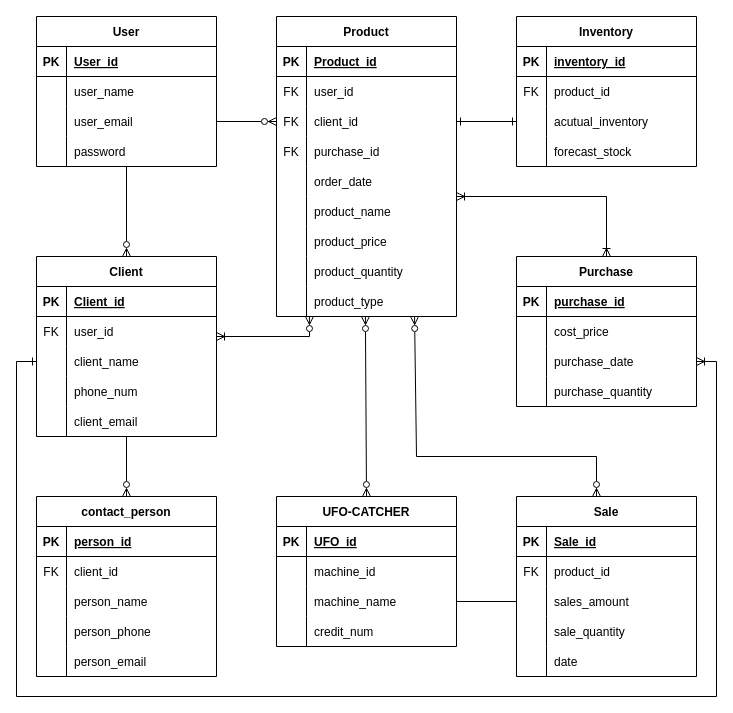
Above: ER.dio in junya-yachi/portfolio_01 (draw.io), before the change. Source tidied: cells renumbered, new cells numbered last; positions are measured from the earlier drawing's top-left corner, leaving out a move shared by most shapes. Both pictures are drawn from the tidied source at 100%, with x=0, y=0 at pixel (16, 16).
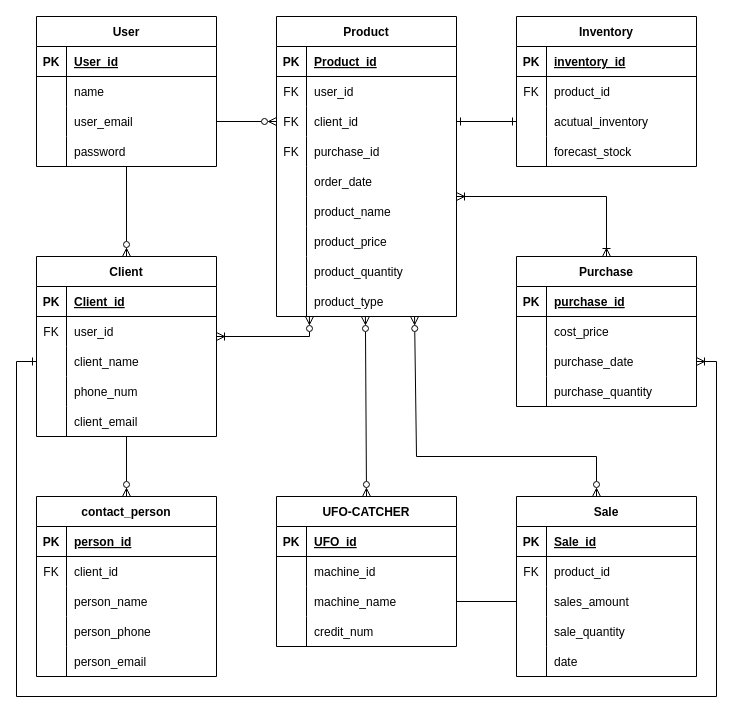
The same diagram, later.

The change refers to these unchanged cells:
```xml
<mxCell id="7" style="shape=partialRectangle;fillColor=none;top=0;left=0;bottom=0;right=0;" parent="3" vertex="1">
  <mxGeometry y="60" width="180" height="30" as="geometry" />
</mxCell>
```

Diff of the diagram source:
```diff
@@
-    <mxCell id="9" value="user_name" style="shape=partialRectangle;fillColor=none;top=0;left=0;bottom=0;right=0;align=left;spacingLeft=6;overflow=hidden;" parent="7" vertex="1">
+    <mxCell id="9" value="name" style="shape=partialRectangle;fillColor=none;top=0;left=0;bottom=0;right=0;align=left;spacingLeft=6;overflow=hidden;" parent="7" vertex="1">
       <mxGeometry x="30" width="150" height="30" as="geometry" />
     </mxCell>
```
